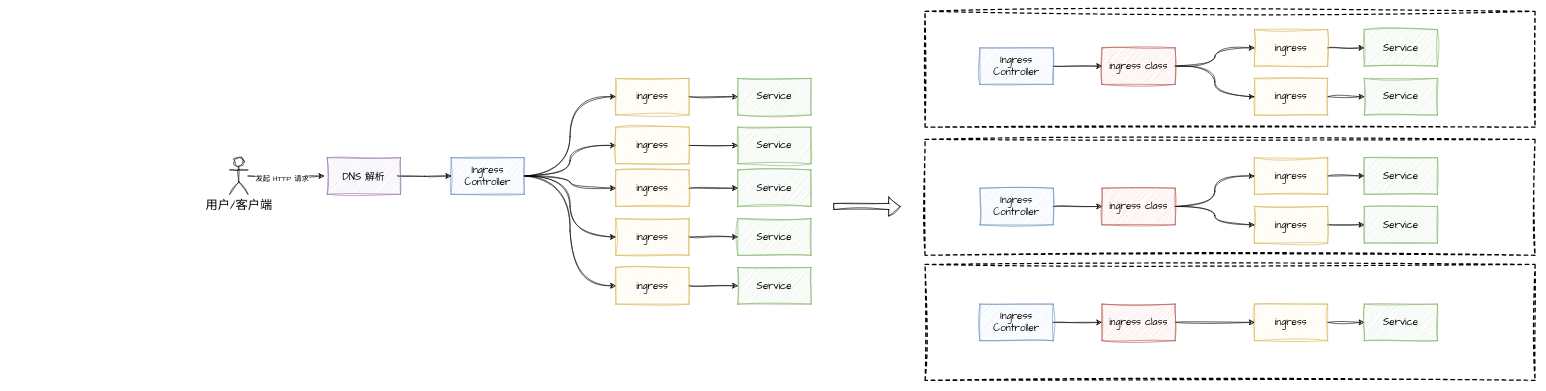
caijiatao/go-lib keeps this draw.io diagram as page "第 19 页" (19 of 26) of docs/learn-k8s.drawio. Above is the earlier version. Source tidied: cells renumbered, new cells numbered last; positions are measured from the earlier drawing's top-left corner, leaving out a move shared by most shapes. Both pictures are drawn from the tidied source at 61%, with x=0, y=0 at pixel (229, 11).
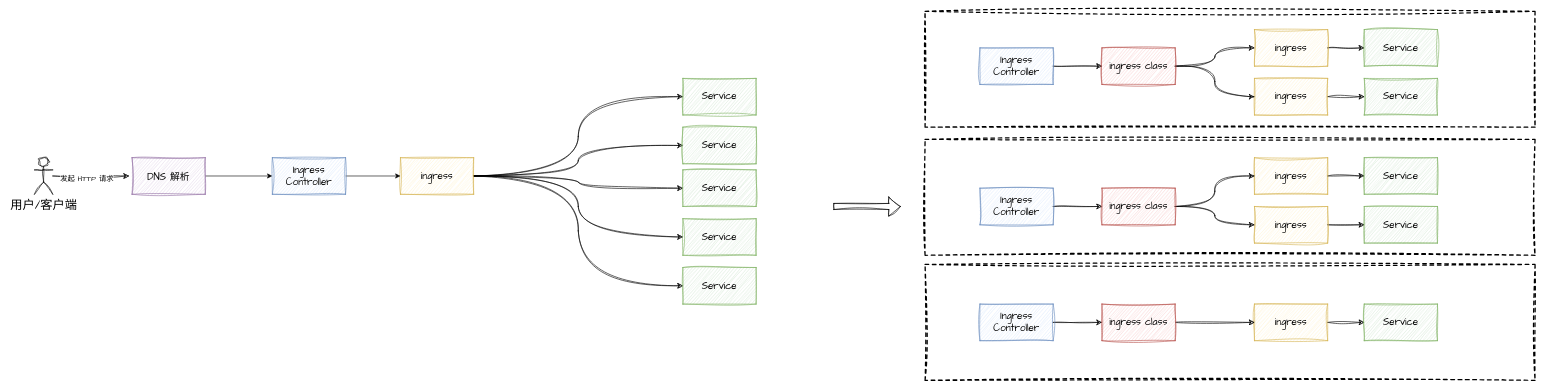
Above is the later version.

Diff of the diagram source:
```diff
@@
-    <mxCell id="10" value="Ingress Controller" style="rounded=0;whiteSpace=wrap;html=1;sketch=1;hachureGap=4;jiggle=2;curveFitting=1;fontFamily=Architects Daughter;fontSize=16;fillColor=#dae8fc;strokeColor=#6c8ebf;" parent="1" vertex="1">
-      <mxGeometry x="363" y="240" width="120" height="60" as="geometry" />
+    <mxCell id="10" value="ingress" style="rounded=0;whiteSpace=wrap;html=1;sketch=1;hachureGap=4;jiggle=2;curveFitting=1;fontFamily=Architects Daughter;fontSize=16;fillColor=#fff2cc;strokeColor=#d6b656;" parent="1" vertex="1">
+      <mxGeometry x="280" y="240" width="120" height="60" as="geometry" />
     </mxCell>
-    <mxCell id="11" style="edgeStyle=orthogonalEdgeStyle;rounded=0;sketch=1;hachureGap=4;jiggle=2;curveFitting=1;jettySize=auto;html=1;fontFamily=Architects Daughter;fontSize=16;" parent="1" edge="1" source="12" target="21">
-      <mxGeometry relative="1" as="geometry" />
-    </mxCell>
-    <mxCell id="12" value="ingress" style="rounded=0;whiteSpace=wrap;html=1;sketch=1;hachureGap=4;jiggle=2;curveFitting=1;fontFamily=Architects Daughter;fontSize=16;fillColor=#fff2cc;strokeColor=#d6b656;" parent="1" vertex="1">
-      <mxGeometry x="633" y="110" width="120" height="60" as="geometry" />
+    <mxCell id="12" value="Service" style="rounded=0;whiteSpace=wrap;html=1;sketch=1;hachureGap=4;jiggle=2;curveFitting=1;fontFamily=Architects Daughter;fontSize=16;fillColor=#d5e8d4;strokeColor=#82b366;" parent="1" vertex="1">
+      <mxGeometry x="743" y="110" width="120" height="60" as="geometry" />
     </mxCell>
-    <mxCell id="13" style="edgeStyle=orthogonalEdgeStyle;rounded=0;sketch=1;hachureGap=4;jiggle=2;curveFitting=1;jettySize=auto;html=1;fontFamily=Architects Daughter;fontSize=16;" parent="1" edge="1" source="14" target="23">
-      <mxGeometry relative="1" as="geometry" />
-    </mxCell>
-    <mxCell id="14" value="ingress" style="rounded=0;whiteSpace=wrap;html=1;sketch=1;hachureGap=4;jiggle=2;curveFitting=1;fontFamily=Architects Daughter;fontSize=16;fillColor=#fff2cc;strokeColor=#d6b656;" parent="1" vertex="1">
-      <mxGeometry x="633" y="260" width="120" height="60" as="geometry" />
+    <mxCell id="14" value="Service" style="rounded=0;whiteSpace=wrap;html=1;sketch=1;hachureGap=4;jiggle=2;curveFitting=1;fontFamily=Architects Daughter;fontSize=16;fillColor=#d5e8d4;strokeColor=#82b366;" parent="1" vertex="1">
+      <mxGeometry x="743" y="260" width="120" height="60" as="geometry" />
     </mxCell>
-    <mxCell id="15" style="edgeStyle=orthogonalEdgeStyle;rounded=0;sketch=1;hachureGap=4;jiggle=2;curveFitting=1;jettySize=auto;html=1;fontFamily=Architects Daughter;fontSize=16;" parent="1" edge="1" source="16" target="24">
-      <mxGeometry relative="1" as="geometry" />
-    </mxCell>
-    <mxCell id="16" value="ingress" style="rounded=0;whiteSpace=wrap;html=1;sketch=1;hachureGap=4;jiggle=2;curveFitting=1;fontFamily=Architects Daughter;fontSize=16;fillColor=#fff2cc;strokeColor=#d6b656;" parent="1" vertex="1">
-      <mxGeometry x="633" y="340" width="120" height="60" as="geometry" />
+    <mxCell id="16" value="Service" style="rounded=0;whiteSpace=wrap;html=1;sketch=1;hachureGap=4;jiggle=2;curveFitting=1;fontFamily=Architects Daughter;fontSize=16;fillColor=#d5e8d4;strokeColor=#82b366;" parent="1" vertex="1">
+      <mxGeometry x="743" y="340" width="120" height="60" as="geometry" />
     </mxCell>
-    <mxCell id="17" style="edgeStyle=orthogonalEdgeStyle;rounded=0;sketch=1;hachureGap=4;jiggle=2;curveFitting=1;jettySize=auto;html=1;fontFamily=Architects Daughter;fontSize=16;" parent="1" edge="1" source="18" target="22">
-      <mxGeometry relative="1" as="geometry" />
-    </mxCell>
-    <mxCell id="18" value="ingress" style="rounded=0;whiteSpace=wrap;html=1;sketch=1;hachureGap=4;jiggle=2;curveFitting=1;fontFamily=Architects Daughter;fontSize=16;fillColor=#fff2cc;strokeColor=#d6b656;" parent="1" vertex="1">
-      <mxGeometry x="633" y="190" width="120" height="60" as="geometry" />
+    <mxCell id="18" value="Service" style="rounded=0;whiteSpace=wrap;html=1;sketch=1;hachureGap=4;jiggle=2;curveFitting=1;fontFamily=Architects Daughter;fontSize=16;fillColor=#d5e8d4;strokeColor=#82b366;" parent="1" vertex="1">
+      <mxGeometry x="743" y="190" width="120" height="60" as="geometry" />
     </mxCell>
-    <mxCell id="19" style="edgeStyle=orthogonalEdgeStyle;rounded=0;sketch=1;hachureGap=4;jiggle=2;curveFitting=1;jettySize=auto;html=1;fontFamily=Architects Daughter;fontSize=16;" parent="1" edge="1" source="20" target="25">
-      <mxGeometry relative="1" as="geometry" />
-    </mxCell>
-    <mxCell id="20" value="ingress" style="rounded=0;whiteSpace=wrap;html=1;sketch=1;hachureGap=4;jiggle=2;curveFitting=1;fontFamily=Architects Daughter;fontSize=16;fillColor=#fff2cc;strokeColor=#d6b656;" parent="1" vertex="1">
-      <mxGeometry x="633" y="420" width="120" height="60" as="geometry" />
+    <mxCell id="20" value="Service" style="rounded=0;whiteSpace=wrap;html=1;sketch=1;hachureGap=4;jiggle=2;curveFitting=1;fontFamily=Architects Daughter;fontSize=16;fillColor=#d5e8d4;strokeColor=#82b366;" parent="1" vertex="1">
+      <mxGeometry x="743" y="420" width="120" height="60" as="geometry" />
     </mxCell>
-    <mxCell id="21" value="Service" style="rounded=0;whiteSpace=wrap;html=1;sketch=1;hachureGap=4;jiggle=2;curveFitting=1;fontFamily=Architects Daughter;fontSize=16;fillColor=#d5e8d4;strokeColor=#82b366;" parent="1" vertex="1">
-      <mxGeometry x="833" y="110" width="120" height="60" as="geometry" />
-    </mxCell>
-    <mxCell id="22" value="Service" style="rounded=0;whiteSpace=wrap;html=1;sketch=1;hachureGap=4;jiggle=2;curveFitting=1;fontFamily=Architects Daughter;fontSize=16;fillColor=#d5e8d4;strokeColor=#82b366;" parent="1" vertex="1">
-      <mxGeometry x="833" y="190" width="120" height="60" as="geometry" />
-    </mxCell>
-    <mxCell id="23" value="Service" style="rounded=0;whiteSpace=wrap;html=1;sketch=1;hachureGap=4;jiggle=2;curveFitting=1;fontFamily=Architects Daughter;fontSize=16;fillColor=#d5e8d4;strokeColor=#82b366;" parent="1" vertex="1">
-      <mxGeometry x="833" y="260" width="120" height="60" as="geometry" />
-    </mxCell>
-    <mxCell id="24" value="Service" style="rounded=0;whiteSpace=wrap;html=1;sketch=1;hachureGap=4;jiggle=2;curveFitting=1;fontFamily=Architects Daughter;fontSize=16;fillColor=#d5e8d4;strokeColor=#82b366;" parent="1" vertex="1">
-      <mxGeometry x="833" y="340" width="120" height="60" as="geometry" />
-    </mxCell>
-    <mxCell id="25" value="Service" style="rounded=0;whiteSpace=wrap;html=1;sketch=1;hachureGap=4;jiggle=2;curveFitting=1;fontFamily=Architects Daughter;fontSize=16;fillColor=#d5e8d4;strokeColor=#82b366;" parent="1" vertex="1">
-      <mxGeometry x="833" y="420" width="120" height="60" as="geometry" />
-    </mxCell>
@@
     <mxCell id="56" style="edgeStyle=orthogonalEdgeStyle;rounded=0;sketch=1;hachureGap=4;jiggle=2;curveFitting=1;jettySize=auto;html=1;fontFamily=Architects Daughter;fontSize=16;" parent="1" edge="1" source="58">
       <mxGeometry relative="1" as="geometry">
-        <mxPoint x="155" y="270" as="targetPoint" />
+        <mxPoint x="-165" y="270" as="targetPoint" />
       </mxGeometry>
     </mxCell>
@@
     <mxCell id="58" value="用户/客户端" style="shape=umlActor;verticalLabelPosition=bottom;verticalAlign=top;html=1;outlineConnect=0;sketch=1;hachureGap=4;jiggle=2;curveFitting=1;fontFamily=Architects Daughter;fontSize=20;" parent="1" vertex="1">
-      <mxGeometry y="240" width="30" height="60" as="geometry" />
+      <mxGeometry x="-320" y="240" width="30" height="60" as="geometry" />
     </mxCell>
-    <mxCell id="59" style="edgeStyle=orthogonalEdgeStyle;rounded=0;sketch=1;hachureGap=4;jiggle=2;curveFitting=1;jettySize=auto;html=1;fontFamily=Architects Daughter;fontSize=16;" parent="1" edge="1" target="10">
-      <mxGeometry relative="1" as="geometry">
-        <mxPoint x="275" y="270" as="sourcePoint" />
-      </mxGeometry>
-    </mxCell>
+    <mxCell id="61" style="edgeStyle=orthogonalEdgeStyle;jettySize=auto;html=1;" parent="1" edge="1" source="60" target="63">
+      <mxGeometry relative="1" as="geometry" />
+    </mxCell>
     <mxCell id="60" value="&lt;font style=&quot;font-size: 16px;&quot;&gt;DNS 解析&lt;/font&gt;" style="rounded=0;whiteSpace=wrap;html=1;sketch=1;hachureGap=4;jiggle=2;curveFitting=1;fontFamily=Architects Daughter;fontSize=20;fillColor=#e1d5e7;strokeColor=#9673a6;" parent="1" vertex="1">
-      <mxGeometry x="160" y="240" width="120" height="60" as="geometry" />
+      <mxGeometry x="-160" y="240" width="120" height="60" as="geometry" />
     </mxCell>
+    <mxCell id="62" style="edgeStyle=orthogonalEdgeStyle;jettySize=auto;html=1;" parent="1" edge="1" source="63" target="10">
+      <mxGeometry relative="1" as="geometry" />
+    </mxCell>
+    <mxCell id="63" value="Ingress Controller" style="rounded=0;whiteSpace=wrap;html=1;sketch=1;hachureGap=4;jiggle=2;curveFitting=1;fontFamily=Architects Daughter;fontSize=16;fillColor=#dae8fc;strokeColor=#6c8ebf;" parent="1" vertex="1">
+      <mxGeometry x="70" y="240" width="120" height="60" as="geometry" />
+    </mxCell>
```
